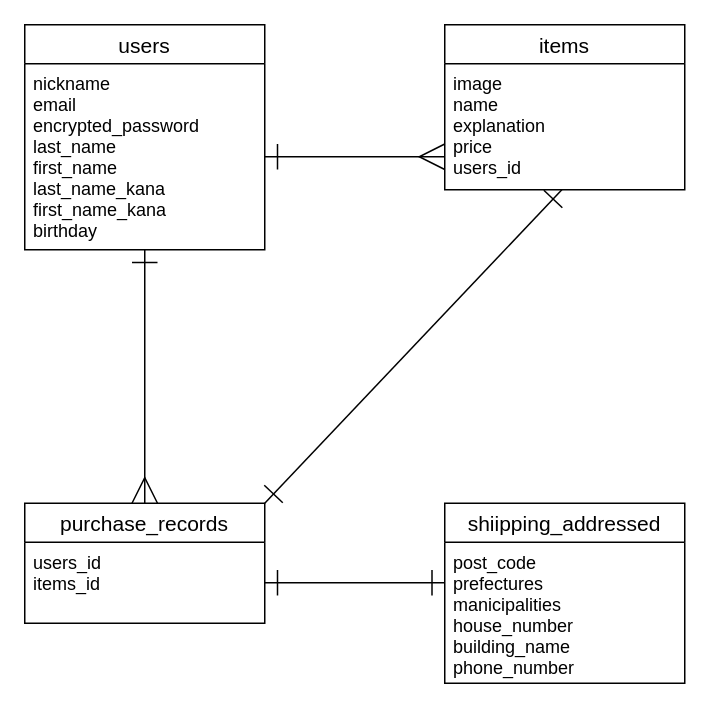
Above: furima-38907.dio in ookubozin/furima-38907 (draw.io), before the change. Source tidied: cells renumbered, new cells numbered last; positions are measured from the earlier drawing's top-left corner, leaving out a move shared by most shapes. Both pictures are drawn from the tidied source at 150%, with x=0, y=0 at pixel (24, 24).
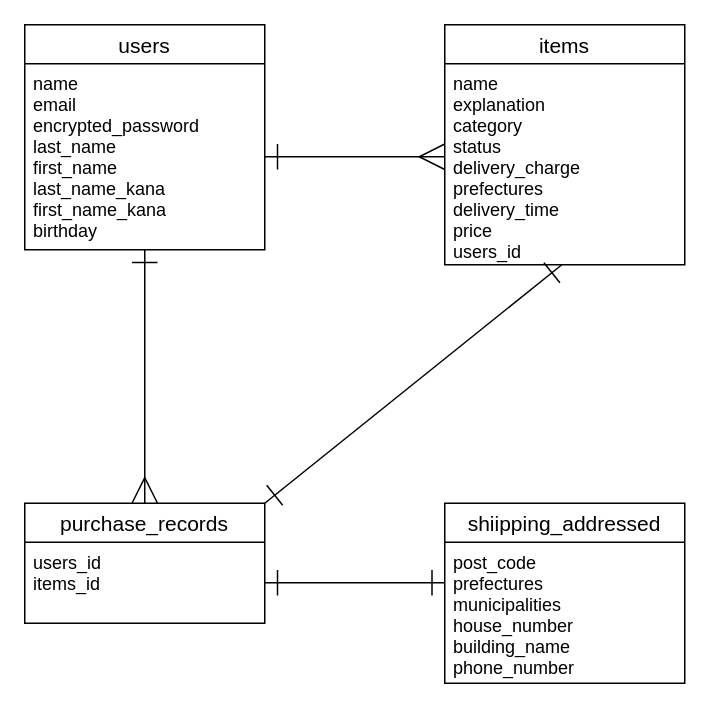
Above is the later version.

The edit, as a diff of the source:
```diff
@@
 <mxGraphModel>
   <root>
     <mxCell id="0" />
     <mxCell id="1" parent="0" />
     <mxCell id="2" value="users" style="swimlane;fontStyle=0;horizontal=1;startSize=26;align=center;fontSize=14;" parent="1" vertex="1">
       <mxGeometry width="160" height="150" as="geometry" />
     </mxCell>
-    <mxCell id="3" value="nickname&#10;email&#10;encrypted_password&#10;last_name&#10;first_name&#10;last_name_kana&#10;first_name_kana&#10;birthday" style="text;strokeColor=none;fillColor=none;spacingLeft=4;spacingRight=4;overflow=hidden;points=[[0,0.5],[1,0.5]];portConstraint=eastwest;fontSize=12;" parent="2" vertex="1">
+    <mxCell id="3" value="name&#10;email&#10;encrypted_password&#10;last_name&#10;first_name&#10;last_name_kana&#10;first_name_kana&#10;birthday" style="text;strokeColor=none;fillColor=none;spacingLeft=4;spacingRight=4;overflow=hidden;points=[[0,0.5],[1,0.5]];portConstraint=eastwest;fontSize=12;" parent="2" vertex="1">
       <mxGeometry y="26" width="160" height="124" as="geometry" />
     </mxCell>
     <mxCell id="4" value="items" style="swimlane;fontStyle=0;horizontal=1;startSize=26;align=center;fontSize=14;" parent="1" vertex="1">
-      <mxGeometry x="280" width="160" height="110" as="geometry" />
+      <mxGeometry x="280" width="160" height="160" as="geometry" />
     </mxCell>
-    <mxCell id="5" value="image&#10;name&#10;explanation&#10;price&#10;users_id" style="text;strokeColor=none;fillColor=none;spacingLeft=4;spacingRight=4;overflow=hidden;points=[[0,0.5],[1,0.5]];portConstraint=eastwest;fontSize=12;" parent="4" vertex="1">
-      <mxGeometry y="26" width="160" height="84" as="geometry" />
+    <mxCell id="5" value="name&#10;explanation&#10;category&#10;status&#10;delivery_charge&#10;prefectures&#10;delivery_time&#10;price&#10;users_id" style="text;strokeColor=none;fillColor=none;spacingLeft=4;spacingRight=4;overflow=hidden;points=[[0,0.5],[1,0.5]];portConstraint=eastwest;fontSize=12;" parent="4" vertex="1">
+      <mxGeometry y="26" width="160" height="134" as="geometry" />
     </mxCell>
     <mxCell id="6" value="purchase_records" style="swimlane;fontStyle=0;horizontal=1;startSize=26;align=center;fontSize=14;" parent="1" vertex="1">
       <mxGeometry y="319" width="160" height="80" as="geometry" />
     </mxCell>
     <mxCell id="7" value="users_id&#10;items_id" style="text;strokeColor=none;fillColor=none;spacingLeft=4;spacingRight=4;overflow=hidden;points=[[0,0.5],[1,0.5]];portConstraint=eastwest;fontSize=12;" parent="6" vertex="1">
       <mxGeometry y="26" width="160" height="54" as="geometry" />
     </mxCell>
     <mxCell id="8" value="shiipping_addressed" style="swimlane;fontStyle=0;horizontal=1;startSize=26;align=center;fontSize=14;" parent="1" vertex="1">
       <mxGeometry x="280" y="319" width="160" height="120" as="geometry" />
     </mxCell>
-    <mxCell id="9" value="post_code&#10;prefectures&#10;manicipalities&#10;house_number&#10;building_name&#10;phone_number" style="text;strokeColor=none;fillColor=none;spacingLeft=4;spacingRight=4;overflow=hidden;points=[[0,0.5],[1,0.5]];portConstraint=eastwest;fontSize=12;" parent="8" vertex="1">
+    <mxCell id="9" value="post_code&#10;prefectures&#10;municipalities&#10;house_number&#10;building_name&#10;phone_number" style="text;strokeColor=none;fillColor=none;spacingLeft=4;spacingRight=4;overflow=hidden;points=[[0,0.5],[1,0.5]];portConstraint=eastwest;fontSize=12;" parent="8" vertex="1">
       <mxGeometry y="26" width="160" height="94" as="geometry" />
     </mxCell>
     <mxCell id="10" style="edgeStyle=none;html=1;entryX=0.5;entryY=0;entryDx=0;entryDy=0;startArrow=ERone;startFill=0;endArrow=ERmany;endFill=0;strokeWidth=1;targetPerimeterSpacing=0;strokeColor=default;endSize=15;startSize=15;" parent="1" edge="1" source="3" target="6">
       <mxGeometry relative="1" as="geometry" />
     </mxCell>
     <mxCell id="11" style="edgeStyle=none;html=1;strokeColor=default;strokeWidth=1;startArrow=ERone;startFill=0;endArrow=ERmany;endFill=0;startSize=15;endSize=15;targetPerimeterSpacing=0;" parent="1" edge="1" source="3">
       <mxGeometry relative="1" as="geometry">
         <mxPoint x="280" y="88" as="targetPoint" />
         <Array as="points">
           <mxPoint x="280" y="88" />
         </Array>
       </mxGeometry>
     </mxCell>
     <mxCell id="12" style="edgeStyle=none;html=1;strokeColor=default;strokeWidth=1;startArrow=ERone;startFill=0;endArrow=ERone;endFill=0;startSize=15;endSize=15;targetPerimeterSpacing=0;exitX=0.488;exitY=1;exitDx=0;exitDy=0;exitPerimeter=0;" parent="1" edge="1" source="5">
       <mxGeometry relative="1" as="geometry">
         <mxPoint x="160" y="319" as="targetPoint" />
       </mxGeometry>
     </mxCell>
     <mxCell id="13" style="edgeStyle=none;html=1;entryX=0;entryY=0.287;entryDx=0;entryDy=0;entryPerimeter=0;strokeColor=default;strokeWidth=1;startArrow=ERone;startFill=0;endArrow=ERone;endFill=0;startSize=15;endSize=15;targetPerimeterSpacing=0;" parent="1" edge="1" source="7" target="9">
       <mxGeometry relative="1" as="geometry" />
     </mxCell>
   </root>
 </mxGraphModel>
```
